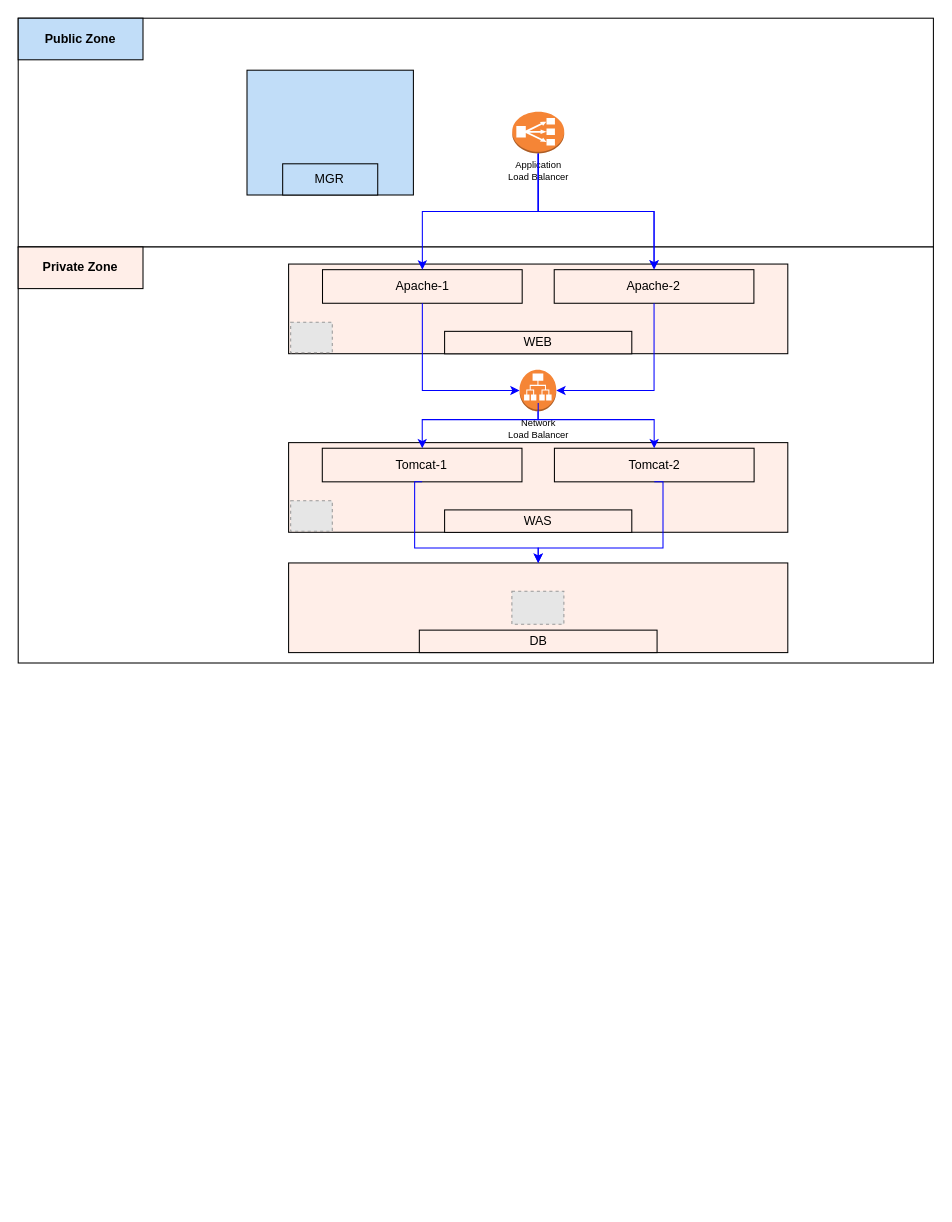
Above: 제목 없는 다이어그램.drawio in GoodNara/Architecture-Diagram (draw.io), before the change. Source tidied: cells renumbered, new cells numbered last; positions are measured from the earlier drawing's top-left corner, leaving out a move shared by most shapes. Both pictures are drawn from the tidied source at 104%, with x=0, y=0 at pixel (18, 18). Pictures stored in the file or linked from it are replaced by grey dashed boxes.
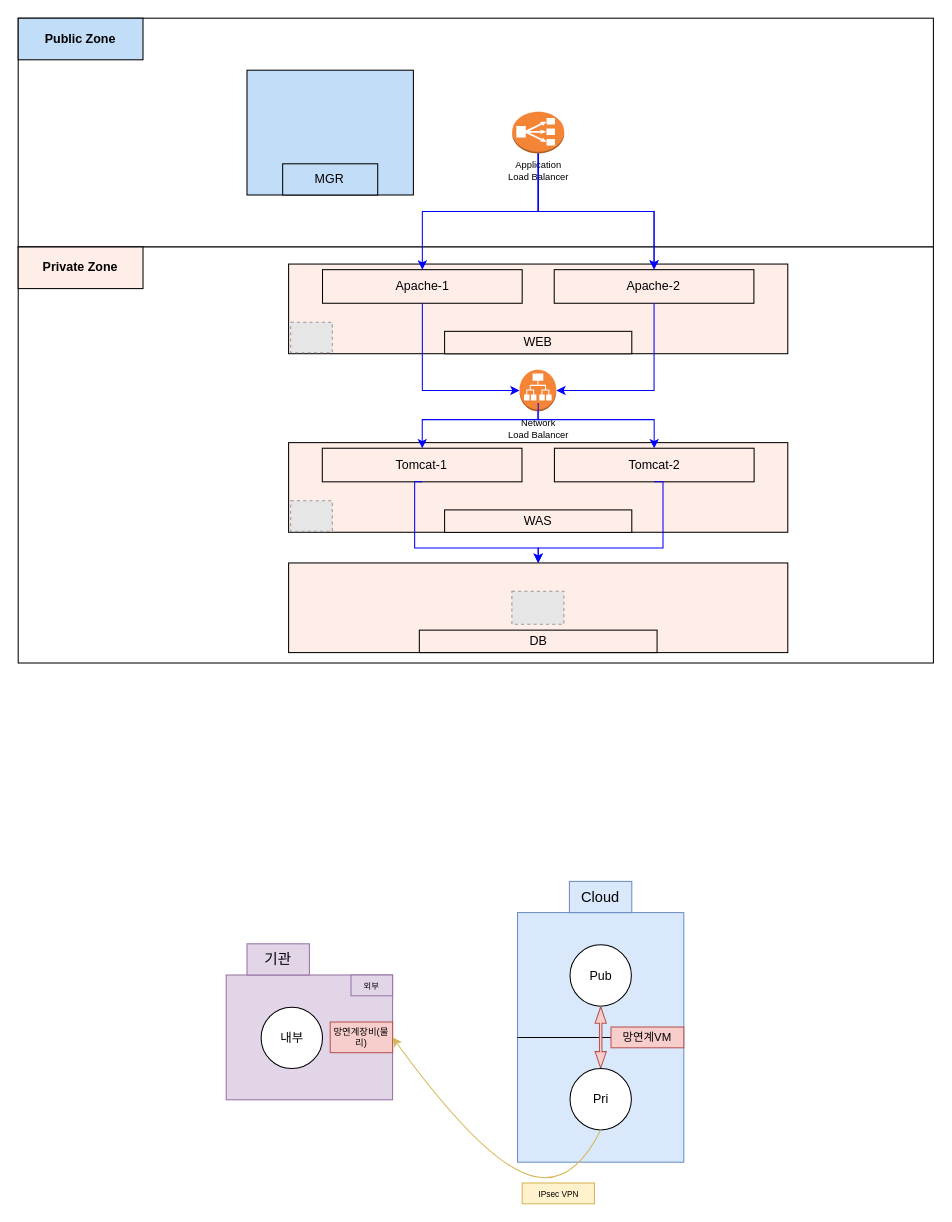
After the change.

Commit message:
제목 없는 다이어그램.drawio 업데이트

Diff of the diagram source:
```diff
@@
+    <mxCell id="32" style="rounded=0;whiteSpace=wrap;html=1;fillColor=#dae8fc;strokeColor=#6c8ebf;" parent="1" vertex="1">
+      <mxGeometry x="480.1" y="860" width="159.9" height="240" as="geometry" />
+    </mxCell>
+    <mxCell id="33" style="endArrow=none;html=1;rounded=0;exitX=0;exitY=0.5;exitDx=0;exitDy=0;entryX=1;entryY=0.5;entryDx=0;entryDy=0;" parent="1" edge="1" source="32" target="32">
+      <mxGeometry relative="1" as="geometry" />
+    </mxCell>
+    <mxCell id="34" value="Pub" style="ellipse;whiteSpace=wrap;html=1;" parent="1" vertex="1">
+      <mxGeometry x="530.6" y="891" width="59" height="59" as="geometry" />
+    </mxCell>
+    <mxCell id="35" style="shape=flexArrow;endArrow=classic;startArrow=classic;html=1;rounded=0;width=2.380952380952381;endSize=4.938095238095237;endWidth=7.437641723356008;startWidth=7.437641723356008;startSize=4.938095238095237;fillColor=#f8cecc;strokeColor=#b85450;entryX=0.5;entryY=1;entryDx=0;entryDy=0;exitX=0.5;exitY=0;exitDx=0;exitDy=0;" parent="1" edge="1" source="41" target="34">
+      <mxGeometry relative="1" as="geometry" />
+    </mxCell>
+    <mxCell id="36" value="&lt;font style=&quot;font-size: 11px;&quot;&gt;망연계VM&lt;/font&gt;" style="rounded=0;whiteSpace=wrap;html=1;fillColor=#f8cecc;strokeColor=#b85450;fontSize=11;" parent="1" vertex="1">
+      <mxGeometry x="570" y="970" width="70" height="20" as="geometry" />
+    </mxCell>
+    <mxCell id="37" value="&lt;span style=&quot;font-size: 14px;&quot;&gt;Cloud&lt;/span&gt;" style="rounded=0;whiteSpace=wrap;html=1;fillColor=#dae8fc;strokeColor=#6c8ebf;fontSize=14;" parent="1" vertex="1">
+      <mxGeometry x="530" y="830" width="60" height="30" as="geometry" />
+    </mxCell>
+    <mxCell id="38" style="rounded=0;whiteSpace=wrap;html=1;fontSize=8;fillColor=#e1d5e7;strokeColor=#9673a6;" parent="1" vertex="1">
+      <mxGeometry x="200" y="920" width="160" height="120" as="geometry" />
+    </mxCell>
+    <mxCell id="39" value="&lt;span style=&quot;font-size: 14px;&quot;&gt;기관&lt;/span&gt;" style="rounded=0;whiteSpace=wrap;html=1;fillColor=#e1d5e7;strokeColor=#9673a6;fontSize=14;" parent="1" vertex="1">
+      <mxGeometry x="220" y="890" width="60" height="30" as="geometry" />
+    </mxCell>
+    <mxCell id="40" value="&lt;font style=&quot;font-size: 9px;&quot;&gt;망연계&lt;/font&gt;&lt;font style=&quot;font-size: 9px;&quot;&gt;장비(물리)&lt;/font&gt;" style="rounded=0;whiteSpace=wrap;html=1;fillColor=#f8cecc;strokeColor=#b85450;fontSize=3;" parent="1" vertex="1">
+      <mxGeometry x="300" y="965.2" width="60" height="29.5" as="geometry" />
+    </mxCell>
+    <mxCell id="41" value="Pri" style="ellipse;whiteSpace=wrap;html=1;" parent="1" vertex="1">
+      <mxGeometry x="530.6" y="1010" width="59" height="59" as="geometry" />
+    </mxCell>
+    <mxCell id="42" value="내부" style="ellipse;whiteSpace=wrap;html=1;" parent="1" vertex="1">
+      <mxGeometry x="233.6" y="951" width="59" height="59" as="geometry" />
+    </mxCell>
+    <mxCell id="43" value="&lt;span style=&quot;font-size: 8px;&quot;&gt;외부&lt;/span&gt;" style="rounded=0;whiteSpace=wrap;html=1;fillColor=#e1d5e7;strokeColor=#9673a6;" parent="1" vertex="1">
+      <mxGeometry x="320" y="920" width="40" height="20" as="geometry" />
+    </mxCell>
+    <mxCell id="44" style="curved=1;endArrow=classic;html=1;rounded=0;fontSize=9;exitX=0.5;exitY=1;exitDx=0;exitDy=0;entryX=1;entryY=0.5;entryDx=0;entryDy=0;fillColor=#fff2cc;strokeColor=#d6b656;" parent="1" edge="1" source="41" target="40">
+      <mxGeometry relative="1" as="geometry">
+        <Array as="points">
+          <mxPoint x="530" y="1130" />
+          <mxPoint x="440" y="1090" />
+        </Array>
+      </mxGeometry>
+    </mxCell>
+    <mxCell id="45" value="&lt;span style=&quot;font-size: 8px;&quot;&gt;IPsec VPN&lt;/span&gt;" style="rounded=0;whiteSpace=wrap;html=1;fillColor=#fff2cc;strokeColor=#d6b656;" parent="1" vertex="1">
+      <mxGeometry x="484.6" y="1120" width="69.5" height="20" as="geometry" />
+    </mxCell>
```
